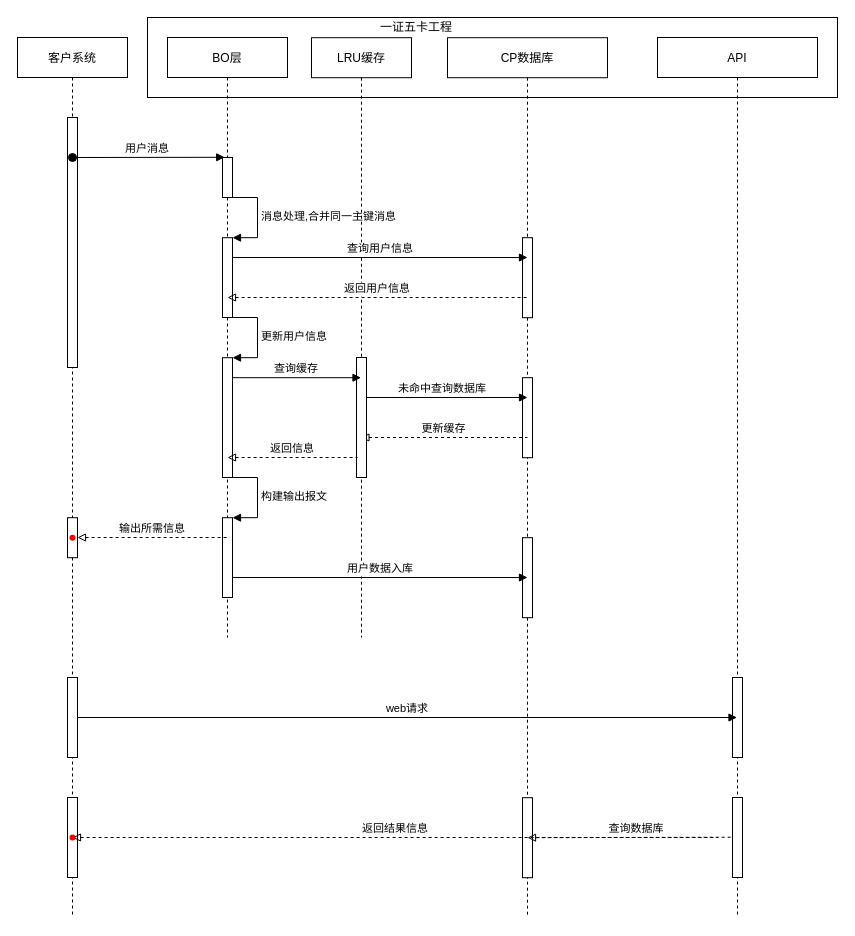
The draw.io diagram page "Page-3" (3 of 3) of Untitled Diagram.drawio in liyuhan1/diagrams, before the edit. Source tidied: cells renumbered, new cells numbered last; positions are measured from the earlier drawing's top-left corner, leaving out a move shared by most shapes. Both pictures are drawn from the tidied source at 100%, with x=0, y=0 at pixel (17, 17).
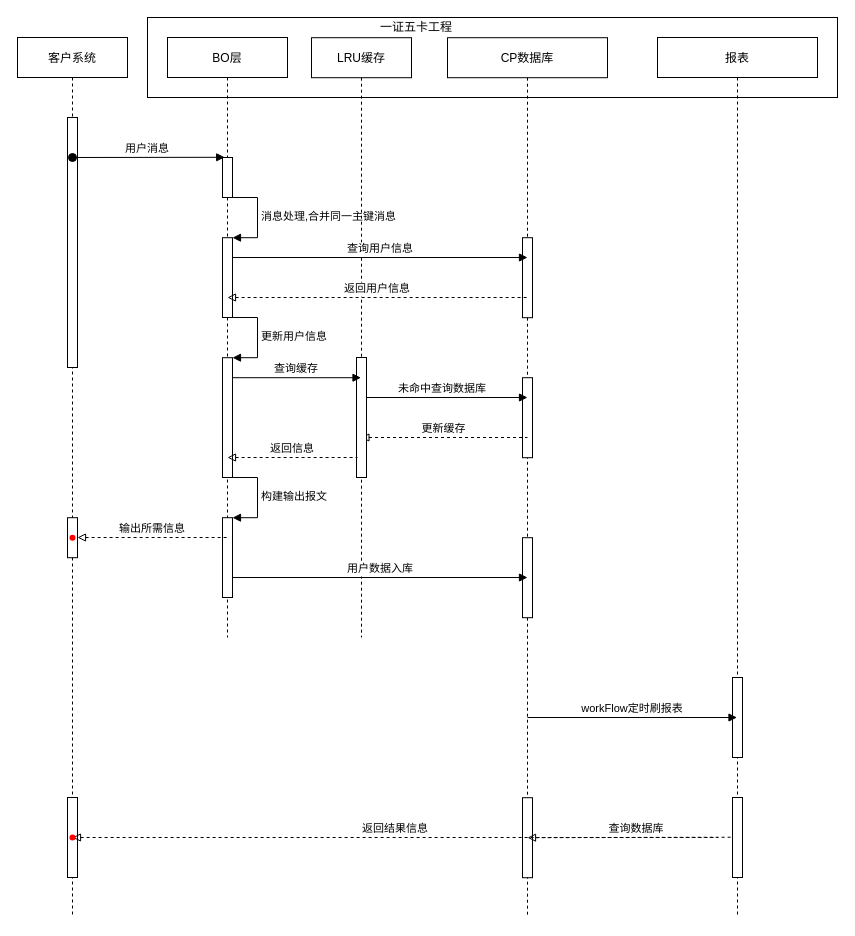
The same page after the edit.

Unchanged cells that the change refers to:
```xml
<mxCell id="3" value="客户系统" style="shape=umlLifeline;perimeter=lifelinePerimeter;rounded=0;shadow=0;strokeWidth=1;" parent="1" vertex="1">
  <mxGeometry y="20" width="110" height="880" as="geometry" />
</mxCell>
```

What changed in the source:
```diff
@@
-    <mxCell id="5" style="html=1;perimeter=orthogonalPerimeter;" parent="3" vertex="1">
-      <mxGeometry x="50" y="640" width="10" height="80" as="geometry" />
-    </mxCell>
@@
-    <mxCell id="35" value="API" style="shape=umlLifeline;perimeter=lifelinePerimeter;rounded=0;shadow=0;strokeWidth=1;" parent="1" vertex="1">
+    <mxCell id="35" value="报表" style="shape=umlLifeline;perimeter=lifelinePerimeter;rounded=0;shadow=0;strokeWidth=1;" parent="1" vertex="1">
       <mxGeometry x="640" y="20" width="160" height="880" as="geometry" />
     </mxCell>
@@
-    <mxCell id="38" value="web请求" style="verticalAlign=bottom;endArrow=block;shadow=0;strokeWidth=1;" parent="1" edge="1" target="35">
+    <mxCell id="38" value="workFlow定时刷报表" style="verticalAlign=bottom;endArrow=block;shadow=0;strokeWidth=1;" parent="1" edge="1" target="35">
       <mxGeometry relative="1" as="geometry">
-        <mxPoint x="60" y="700" as="sourcePoint" />
+        <mxPoint x="510" y="700" as="sourcePoint" />
       </mxGeometry>
     </mxCell>
```
